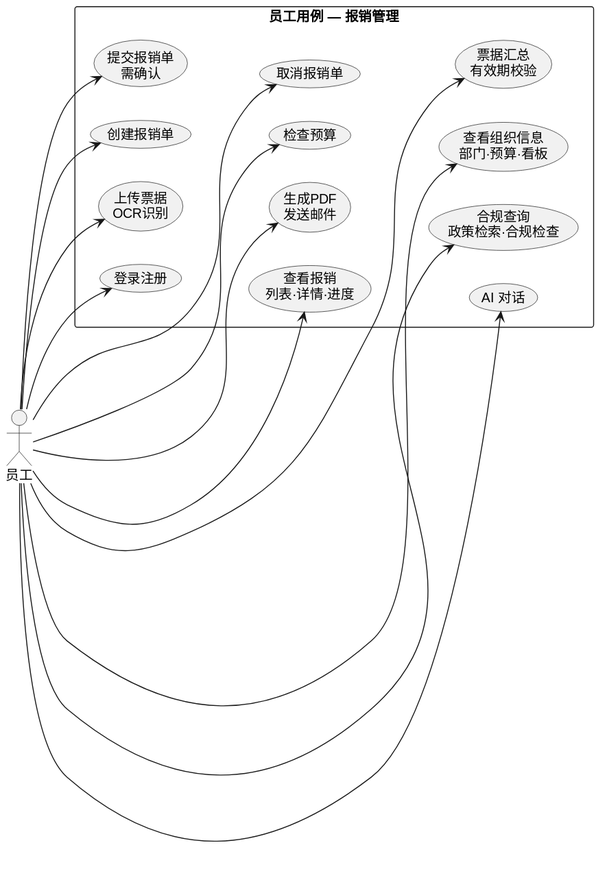
Before: docs/er/usecase-employee.svg, a diagram exported from PlantUML (CycleZero/Reimbee). The source it was exported from:
```plantuml
@startuml
skinparam backgroundColor #FFFFFF
skinparam defaultFontName Arial
skinparam defaultFontSize 14
left to right direction

actor "员工" as Emp

rectangle "员工用例 — 报销管理" {
  usecase (登录注册) as UC1
  usecase (上传票据\nOCR识别) as UC2
  usecase (创建报销单) as UC3
  usecase (提交报销单\n需确认) as UC4
  usecase (取消报销单) as UC5
  usecase (检查预算) as UC6
  usecase (生成PDF\n发送邮件) as UC7
  usecase (查看报销\n列表·详情·进度) as UC8
  usecase (票据汇总\n有效期校验) as UC9
  usecase (查看组织信息\n部门·预算·看板) as UC10
  usecase (合规查询\n政策检索·合规检查) as UC11
  usecase (AI 对话) as UC12
}

Emp --> UC1
Emp --> UC2
Emp --> UC3
Emp --> UC4
Emp --> UC5
Emp --> UC6
Emp --> UC7
Emp --> UC8
Emp --> UC9
Emp --> UC10
Emp --> UC11
Emp --> UC12

UC1 -[hidden]right- UC2
UC2 -[hidden]right- UC3
UC3 -[hidden]right- UC4
UC4 -[hidden]down- UC5
UC5 -[hidden]left- UC6
UC6 -[hidden]left- UC7
UC7 -[hidden]left- UC8
UC8 -[hidden]down- UC9
UC9 -[hidden]right- UC10
UC10 -[hidden]right- UC11
UC11 -[hidden]right- UC12
@enduml
```
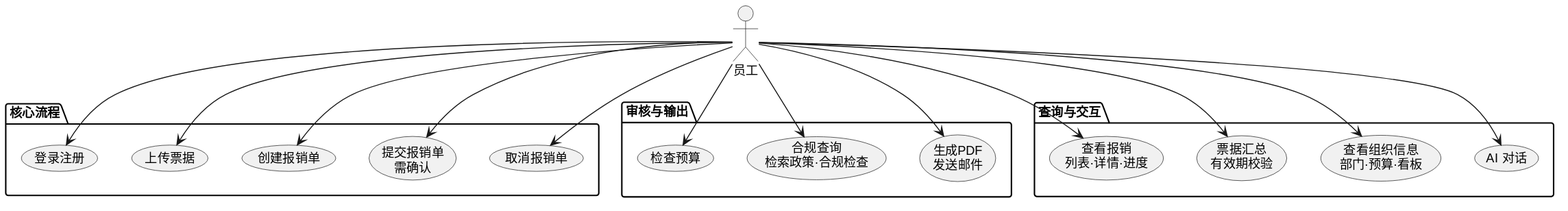
The same diagram one commit later.

Commit message:
docs(er): 用例图改用 package 分组 — 天然横向分散布局

The edit, as a diff of the source:
```diff
@@ -1,26 +1,32 @@
 @startuml
 skinparam backgroundColor #FFFFFF
 skinparam defaultFontName Arial
-skinparam defaultFontSize 14
-left to right direction
+skinparam defaultFontSize 13
 
 actor "员工" as Emp
 
-rectangle "员工用例 — 报销管理" {
-  usecase (登录注册) as UC1
-  usecase (上传票据\nOCR识别) as UC2
-  usecase (创建报销单) as UC3
-  usecase (提交报销单\n需确认) as UC4
-  usecase (取消报销单) as UC5
-  usecase (检查预算) as UC6
-  usecase (生成PDF\n发送邮件) as UC7
-  usecase (查看报销\n列表·详情·进度) as UC8
-  usecase (票据汇总\n有效期校验) as UC9
-  usecase (查看组织信息\n部门·预算·看板) as UC10
-  usecase (合规查询\n政策检索·合规检查) as UC11
-  usecase (AI 对话) as UC12
+package "核心流程" {
+  usecase "登录注册" as UC0
+  usecase "上传票据" as UC1
+  usecase "创建报销单" as UC2
+  usecase "提交报销单\n需确认" as UC3
+  usecase "取消报销单" as UC4
 }
 
+package "审核与输出" {
+  usecase "检查预算" as UC5
+  usecase "合规查询\n检索政策·合规检查" as UC6
+  usecase "生成PDF\n发送邮件" as UC7
+}
+
+package "查询与交互" {
+  usecase "查看报销\n列表·详情·进度" as UC8
+  usecase "票据汇总\n有效期校验" as UC9
+  usecase "查看组织信息\n部门·预算·看板" as UC10
+  usecase "AI 对话" as UC11
+}
+
+Emp --> UC0
 Emp --> UC1
 Emp --> UC2
 Emp --> UC3
@@ -32,17 +38,4 @@
 Emp --> UC9
 Emp --> UC10
 Emp --> UC11
-Emp --> UC12
-
-UC1 -[hidden]right- UC2
-UC2 -[hidden]right- UC3
-UC3 -[hidden]right- UC4
-UC4 -[hidden]down- UC5
-UC5 -[hidden]left- UC6
-UC6 -[hidden]left- UC7
-UC7 -[hidden]left- UC8
-UC8 -[hidden]down- UC9
-UC9 -[hidden]right- UC10
-UC10 -[hidden]right- UC11
-UC11 -[hidden]right- UC12
 @enduml
```
